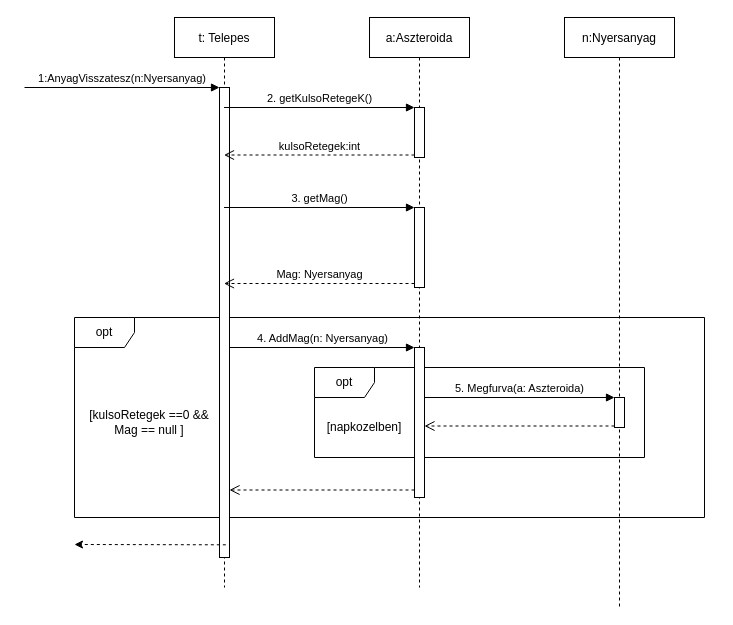
The draw.io diagram doc/uml/placeTeleport.drawio in torpeBoiGo/aszteroidabanyaszat, before the edit. Source tidied: cells renumbered, new cells numbered last; positions are measured from the earlier drawing's top-left corner, leaving out a move shared by most shapes. Both pictures are drawn from the tidied source at 100%, with x=0, y=0 at pixel (24, 17).
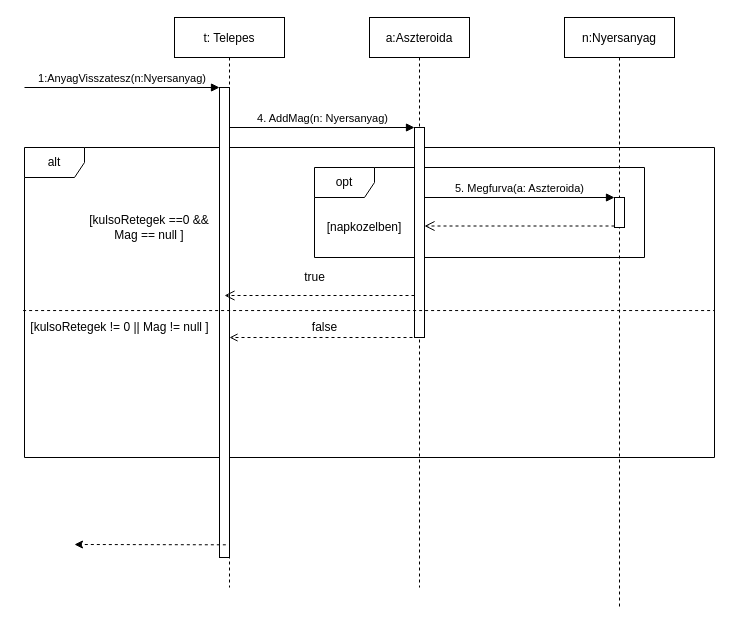
The same page after the edit.

Commit message:
TDA javítás

Unchanged cells that the change refers to:
```xml
<mxCell id="6" style="points=[];perimeter=orthogonalPerimeter;rounded=0;shadow=0;strokeWidth=1;" parent="5" vertex="1">
  <mxGeometry x="45" y="70" width="10" height="470" as="geometry" />
</mxCell>
<mxCell id="8" value="a:Aszteroida" style="shape=umlLifeline;perimeter=lifelinePerimeter;rounded=0;shadow=0;strokeWidth=1;" parent="1" vertex="1">
  <mxGeometry x="345" width="100" height="570" as="geometry" />
</mxCell>
```

Change to the diagram source:
```diff
@@
     <mxCell id="2" value="opt" style="shape=umlFrame;whiteSpace=wrap;html=1;" parent="1" vertex="1">
-      <mxGeometry x="290" y="350" width="330" height="90" as="geometry" />
+      <mxGeometry x="290" y="150" width="330" height="90" as="geometry" />
     </mxCell>
-    <mxCell id="3" value="opt" style="shape=umlFrame;whiteSpace=wrap;html=1;" parent="1" vertex="1">
-      <mxGeometry x="50" y="300" width="630" height="200" as="geometry" />
+    <mxCell id="3" value="alt" style="shape=umlFrame;whiteSpace=wrap;html=1;" parent="1" vertex="1">
+      <mxGeometry y="130" width="690" height="310" as="geometry" />
     </mxCell>
@@
     <mxCell id="5" value="t: Telepes" style="shape=umlLifeline;perimeter=lifelinePerimeter;rounded=0;shadow=0;strokeWidth=1;" parent="1" vertex="1">
-      <mxGeometry x="150" width="100" height="570" as="geometry" />
+      <mxGeometry x="150" width="110" height="570" as="geometry" />
     </mxCell>
@@
     <mxCell id="9" style="html=1;points=[];perimeter=orthogonalPerimeter;" parent="8" vertex="1">
-      <mxGeometry x="45" y="330" width="10" height="150" as="geometry" />
+      <mxGeometry x="45" y="110" width="10" height="210" as="geometry" />
     </mxCell>
-    <mxCell id="10" style="html=1;points=[];perimeter=orthogonalPerimeter;" parent="8" vertex="1">
-      <mxGeometry x="45" y="90" width="10" height="50" as="geometry" />
-    </mxCell>
-    <mxCell id="11" style="html=1;points=[];perimeter=orthogonalPerimeter;" parent="8" vertex="1">
-      <mxGeometry x="45" y="190" width="10" height="80" as="geometry" />
-    </mxCell>
@@
     <mxCell id="13" value="[kulsoRetegek ==0 &amp;amp;&amp;amp; Mag == null ]" style="text;html=1;strokeColor=none;fillColor=none;align=center;verticalAlign=middle;whiteSpace=wrap;rounded=0;" parent="1" vertex="1">
-      <mxGeometry x="60" y="385" width="130" height="40" as="geometry" />
+      <mxGeometry x="60" y="190" width="130" height="40" as="geometry" />
     </mxCell>
-    <mxCell id="14" value="4. AddMag(n: Nyersanyag)" style="html=1;verticalAlign=bottom;endArrow=block;entryX=0;entryY=0;" parent="1" edge="1" target="9">
-      <mxGeometry relative="1" as="geometry">
-        <mxPoint x="205" y="330" as="sourcePoint" />
-      </mxGeometry>
+    <mxCell id="14" value="4. AddMag(n: Nyersanyag)" style="html=1;verticalAlign=bottom;endArrow=block;entryX=0;entryY=0;" parent="1" edge="1" source="6" target="9">
+      <mxGeometry relative="1" as="geometry" />
     </mxCell>
-    <mxCell id="15" style="html=1;verticalAlign=bottom;endArrow=open;dashed=1;endSize=8;exitX=0;exitY=0.95;" parent="1" edge="1" source="9">
+    <mxCell id="15" style="html=1;verticalAlign=bottom;endArrow=open;dashed=1;endSize=8;" parent="1" edge="1" source="9">
       <mxGeometry relative="1" as="geometry">
-        <mxPoint x="205" y="472.5" as="targetPoint" />
+        <mxPoint x="200" y="278" as="targetPoint" />
       </mxGeometry>
     </mxCell>
     <mxCell id="16" value="[napkozelben]" style="text;html=1;strokeColor=none;fillColor=none;align=center;verticalAlign=middle;whiteSpace=wrap;rounded=0;" parent="1" vertex="1">
-      <mxGeometry x="320" y="400" width="40" height="20" as="geometry" />
+      <mxGeometry x="320" y="200" width="40" height="20" as="geometry" />
     </mxCell>
     <mxCell id="17" style="html=1;points=[];perimeter=orthogonalPerimeter;" parent="1" vertex="1">
-      <mxGeometry x="590" y="380" width="10" height="30" as="geometry" />
+      <mxGeometry x="590" y="180" width="10" height="30" as="geometry" />
     </mxCell>
-    <mxCell id="18" value="5. Megfurva(a: Aszteroida)" style="html=1;verticalAlign=bottom;endArrow=block;entryX=0;entryY=0;" parent="1" edge="1" source="9" target="17">
-      <mxGeometry relative="1" as="geometry" />
+    <mxCell id="18" value="5. Megfurva(a: Aszteroida)" style="html=1;verticalAlign=bottom;endArrow=block;entryX=0;entryY=0;" parent="1" edge="1" target="17">
+      <mxGeometry relative="1" as="geometry">
+        <mxPoint x="400" y="180" as="sourcePoint" />
+      </mxGeometry>
     </mxCell>
-    <mxCell id="19" style="html=1;verticalAlign=bottom;endArrow=open;dashed=1;endSize=8;exitX=0;exitY=0.95;" parent="1" edge="1" source="17" target="9">
-      <mxGeometry relative="1" as="geometry" />
+    <mxCell id="19" style="html=1;verticalAlign=bottom;endArrow=open;dashed=1;endSize=8;exitX=0;exitY=0.95;" parent="1" edge="1" source="17">
+      <mxGeometry relative="1" as="geometry">
+        <mxPoint x="400" y="208.5" as="targetPoint" />
+      </mxGeometry>
     </mxCell>
-    <mxCell id="20" value="2. getKulsoRetegeK()" style="html=1;verticalAlign=bottom;endArrow=block;entryX=0;entryY=0;" parent="1" edge="1" source="5" target="10">
-      <mxGeometry relative="1" as="geometry" />
-    </mxCell>
-    <mxCell id="21" value="kulsoRetegek:int" style="html=1;verticalAlign=bottom;endArrow=open;dashed=1;endSize=8;exitX=0;exitY=0.95;" parent="1" edge="1" source="10" target="5">
-      <mxGeometry relative="1" as="geometry" />
-    </mxCell>
-    <mxCell id="22" value="3. getMag()" style="html=1;verticalAlign=bottom;endArrow=block;entryX=0;entryY=0;" parent="1" edge="1" source="5" target="11">
-      <mxGeometry relative="1" as="geometry" />
-    </mxCell>
-    <mxCell id="23" value="Mag: Nyersanyag" style="html=1;verticalAlign=bottom;endArrow=open;dashed=1;endSize=8;exitX=0;exitY=0.95;" parent="1" edge="1" source="11" target="5">
-      <mxGeometry relative="1" as="geometry" />
-    </mxCell>
+    <mxCell id="24" style="endArrow=none;html=1;exitX=-0.002;exitY=0.526;exitDx=0;exitDy=0;exitPerimeter=0;entryX=1;entryY=0.526;entryDx=0;entryDy=0;entryPerimeter=0;dashed=1;" parent="1" edge="1" source="3" target="3">
+      <mxGeometry relative="1" as="geometry" />
+    </mxCell>
+    <mxCell id="25" value="true" style="text;html=1;align=center;verticalAlign=middle;" parent="1" vertex="1">
+      <mxGeometry x="270" y="250" width="40" height="20" as="geometry" />
+    </mxCell>
+    <mxCell id="26" style="endArrow=open;html=1;dashed=1;exitX=0.4;exitY=1;exitDx=0;exitDy=0;exitPerimeter=0;endFill=0;" parent="1" edge="1" source="9" target="6">
+      <mxGeometry relative="1" as="geometry" />
+    </mxCell>
+    <mxCell id="27" value="&lt;span&gt;[kulsoRetegek != 0 || Mag != null ]&lt;/span&gt;" style="text;html=1;align=center;verticalAlign=middle;" parent="1" vertex="1">
+      <mxGeometry y="300" width="190" height="20" as="geometry" />
+    </mxCell>
+    <mxCell id="28" value="false" style="text;html=1;align=center;verticalAlign=middle;" parent="1" vertex="1">
+      <mxGeometry x="280" y="300" width="40" height="20" as="geometry" />
+    </mxCell>
```
